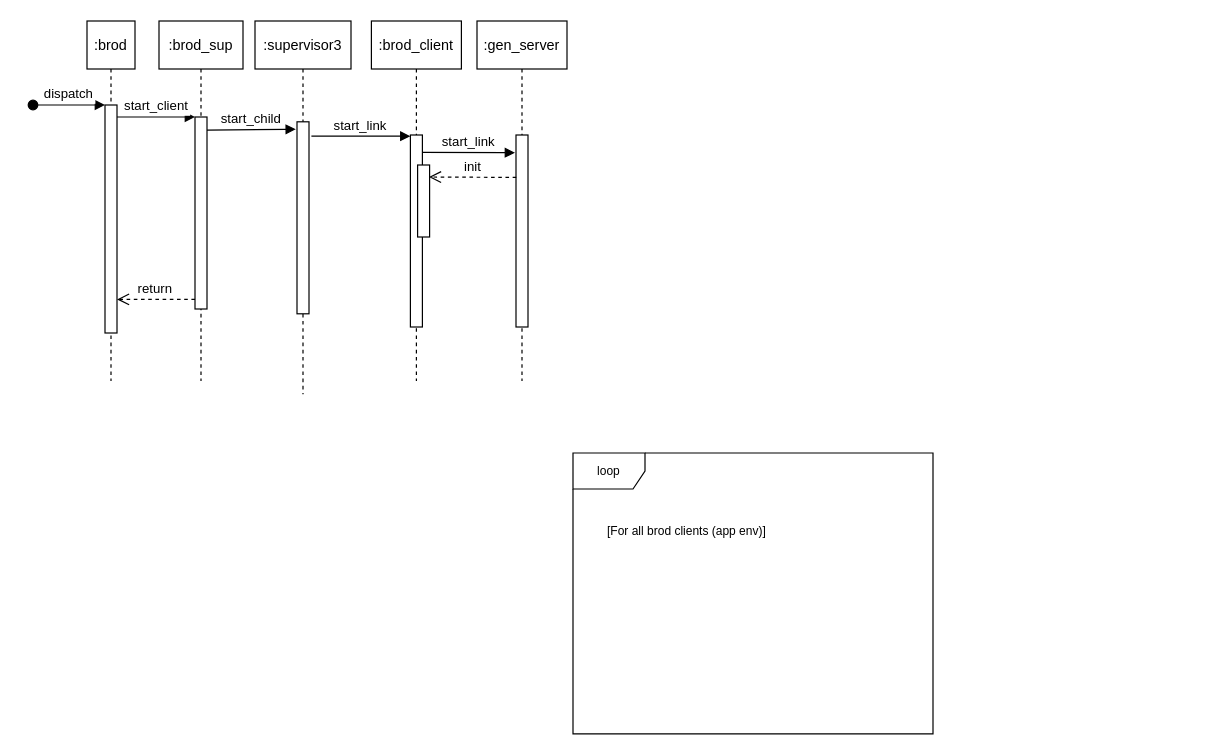
spencerdcarlson/diagrams keeps this draw.io diagram as Untitled Diagram.drawio. Above is the earlier version. Source tidied: cells renumbered, new cells numbered last; positions are measured from the earlier drawing's top-left corner, leaving out a move shared by most shapes. Both pictures are drawn from the tidied source at 120%, with x=0, y=0 at pixel (32, 20).
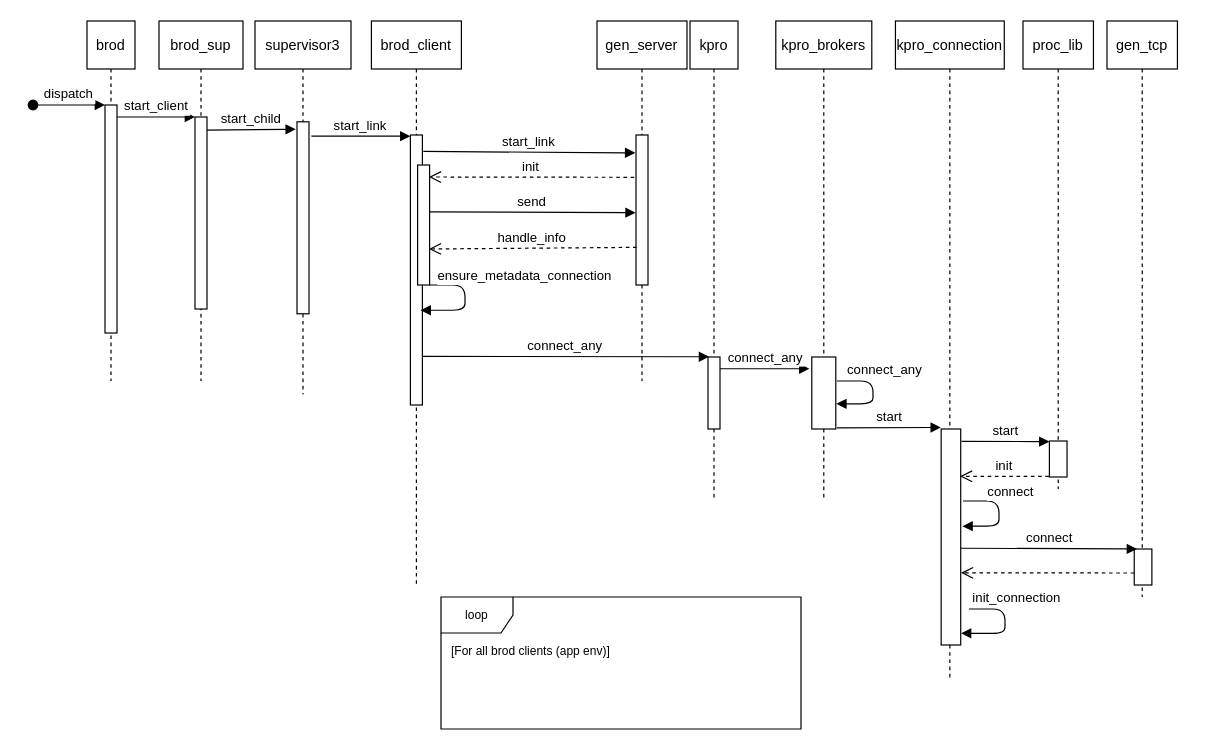
Above is the later version.

Unchanged cells that the change refers to:
```xml
<mxCell id="10" style="group;" parent="1" vertex="1">
  <mxGeometry x="105" width="70" height="300" as="geometry" />
</mxCell>
<mxCell id="12" style="points=[];perimeter=orthogonalPerimeter;rounded=0;shadow=0;strokeWidth=1;" parent="10" vertex="1">
  <mxGeometry x="30" y="80" width="10" height="160" as="geometry" />
</mxCell>
<mxCell id="24" style="points=[];perimeter=orthogonalPerimeter;rounded=0;shadow=0;strokeWidth=1;" parent="1" vertex="1">
  <mxGeometry x="60" y="70" width="10" height="190" as="geometry" />
</mxCell>
```

The edit, as a diff of the source:
```diff
@@
     <mxCell id="2" value="loop" style="shape=umlFrame;whiteSpace=wrap;html=1;fontSize=10;" parent="1" vertex="1">
-      <mxGeometry x="450" y="360" width="300" height="234" as="geometry" />
+      <mxGeometry x="340" y="480" width="300" height="110" as="geometry" />
     </mxCell>
-    <mxCell id="3" value="return" style="verticalAlign=bottom;endArrow=open;dashed=1;endSize=8;exitX=0;exitY=0.95;shadow=0;strokeWidth=1;" parent="1" edge="1" source="12" target="24">
-      <mxGeometry relative="1" as="geometry" />
-    </mxCell>
@@
-    <mxCell id="5" value=":supervisor3" style="shape=umlLifeline;perimeter=lifelinePerimeter;rounded=0;shadow=0;strokeWidth=1;" parent="1" vertex="1">
+    <mxCell id="5" value="supervisor3" style="shape=umlLifeline;perimeter=lifelinePerimeter;rounded=0;shadow=0;strokeWidth=1;" parent="1" vertex="1">
       <mxGeometry x="185" width="80" height="311" as="geometry" />
     </mxCell>
@@
     <mxCell id="7" value="[For all brod clients (app env)]" style="text;html=1;strokeColor=none;fillColor=none;align=center;verticalAlign=middle;whiteSpace=wrap;rounded=0;fontSize=10;" parent="1" vertex="1">
-      <mxGeometry x="470" y="410" width="150" height="30" as="geometry" />
+      <mxGeometry x="340" y="510" width="150" height="30" as="geometry" />
     </mxCell>
@@
-    <mxCell id="11" value=":brod_sup" style="shape=umlLifeline;perimeter=lifelinePerimeter;rounded=0;shadow=0;strokeWidth=1;" parent="10" vertex="1">
+    <mxCell id="11" value="brod_sup" style="shape=umlLifeline;perimeter=lifelinePerimeter;rounded=0;shadow=0;strokeWidth=1;" parent="10" vertex="1">
       <mxGeometry width="70" height="300" as="geometry" />
     </mxCell>
@@
     <mxCell id="14" style="group;" parent="1" vertex="1">
-      <mxGeometry x="282" width="75" height="310" as="geometry" />
+      <mxGeometry x="282" width="75" height="470" as="geometry" />
     </mxCell>
-    <mxCell id="15" value=":brod_client" style="shape=umlLifeline;perimeter=lifelinePerimeter;rounded=0;shadow=0;strokeWidth=1;" parent="14" vertex="1">
-      <mxGeometry width="75" height="300" as="geometry" />
+    <mxCell id="15" value="brod_client" style="shape=umlLifeline;perimeter=lifelinePerimeter;rounded=0;shadow=0;strokeWidth=1;" parent="14" vertex="1">
+      <mxGeometry width="75" height="470" as="geometry" />
     </mxCell>
     <mxCell id="16" style="points=[];perimeter=orthogonalPerimeter;rounded=0;shadow=0;strokeWidth=1;" parent="14" vertex="1">
-      <mxGeometry x="32.5" y="95" width="10" height="160" as="geometry" />
+      <mxGeometry x="32.5" y="95" width="10" height="225" as="geometry" />
     </mxCell>
     <mxCell id="17" style="perimeter=orthogonalPerimeter;rounded=0;shadow=0;strokeWidth=1;" parent="14" vertex="1">
-      <mxGeometry x="38.5" y="120" width="10" height="60" as="geometry" />
+      <mxGeometry x="38.5" y="120" width="10" height="100" as="geometry" />
     </mxCell>
     <mxCell id="18" style="group;" parent="1" vertex="1">
-      <mxGeometry x="370" width="75" height="300" as="geometry" />
+      <mxGeometry x="470" width="75" height="300" as="geometry" />
     </mxCell>
-    <mxCell id="19" value=":gen_server" style="shape=umlLifeline;perimeter=lifelinePerimeter;rounded=0;shadow=0;strokeWidth=1;" parent="18" vertex="1">
+    <mxCell id="19" value="gen_server" style="shape=umlLifeline;perimeter=lifelinePerimeter;rounded=0;shadow=0;strokeWidth=1;" parent="18" vertex="1">
       <mxGeometry width="75" height="300" as="geometry" />
     </mxCell>
     <mxCell id="20" style="points=[];perimeter=orthogonalPerimeter;rounded=0;shadow=0;strokeWidth=1;" parent="18" vertex="1">
-      <mxGeometry x="32.5" y="95" width="10" height="160" as="geometry" />
+      <mxGeometry x="32.5" y="95" width="10" height="125" as="geometry" />
     </mxCell>
-    <mxCell id="21" value="start_link" style="verticalAlign=bottom;endArrow=block;shadow=0;strokeWidth=1;elbow=vertical;exitX=0.966;exitY=0.09;exitDx=0;exitDy=0;exitPerimeter=0;entryX=-0.084;entryY=0.092;entryDx=0;entryDy=0;entryPerimeter=0;" parent="1" edge="1" source="16" target="20">
+    <mxCell id="21" value="start_link" style="verticalAlign=bottom;endArrow=block;shadow=0;strokeWidth=1;elbow=vertical;exitX=1.079;exitY=0.061;exitDx=0;exitDy=0;exitPerimeter=0;entryX=-0.064;entryY=0.119;entryDx=0;entryDy=0;entryPerimeter=0;" parent="1" edge="1" source="16" target="20">
       <mxGeometry relative="1" as="geometry" />
     </mxCell>
-    <mxCell id="22" value="init" style="verticalAlign=bottom;endArrow=open;dashed=1;endSize=8;shadow=0;strokeWidth=1;exitX=0.022;exitY=0.221;exitDx=0;exitDy=0;exitPerimeter=0;" parent="1" edge="1" source="20">
+    <mxCell id="22" value="init" style="verticalAlign=bottom;endArrow=open;dashed=1;endSize=8;shadow=0;strokeWidth=1;exitX=-0.15;exitY=0.282;exitDx=0;exitDy=0;exitPerimeter=0;" parent="1" edge="1" source="20">
       <mxGeometry relative="1" as="geometry">
         <mxPoint x="330" y="130" as="targetPoint" />
       </mxGeometry>
     </mxCell>
-    <mxCell id="23" value=":brod" style="shape=umlLifeline;perimeter=lifelinePerimeter;rounded=0;shadow=0;strokeWidth=1;" parent="1" vertex="1">
+    <mxCell id="23" value="brod" style="shape=umlLifeline;perimeter=lifelinePerimeter;rounded=0;shadow=0;strokeWidth=1;" parent="1" vertex="1">
       <mxGeometry x="45" width="40" height="300" as="geometry" />
     </mxCell>
@@
+    <mxCell id="25" value="send" style="verticalAlign=bottom;endArrow=block;shadow=0;strokeWidth=1;elbow=vertical;entryX=-0.03;entryY=0.518;entryDx=0;entryDy=0;entryPerimeter=0;" parent="1" edge="1" target="20">
+      <mxGeometry relative="1" as="geometry">
+        <mxPoint x="330" y="159" as="sourcePoint" />
+      </mxGeometry>
+    </mxCell>
+    <mxCell id="26" value="handle_info" style="verticalAlign=bottom;endArrow=open;dashed=1;endSize=8;shadow=0;strokeWidth=1;exitX=0.05;exitY=0.749;exitDx=0;exitDy=0;exitPerimeter=0;" parent="1" edge="1" source="20">
+      <mxGeometry relative="1" as="geometry">
+        <mxPoint x="330" y="190" as="targetPoint" />
+      </mxGeometry>
+    </mxCell>
+    <mxCell id="27" value="ensure_metadata_connection" style="verticalAlign=bottom;endArrow=block;shadow=0;strokeWidth=1;elbow=vertical;entryX=0.85;entryY=0.649;entryDx=0;entryDy=0;entryPerimeter=0;edgeStyle=entityRelationEdgeStyle;" parent="1" edge="1" target="16">
+      <mxGeometry x="-0.3" y="50" relative="1" as="geometry">
+        <mxPoint x="330" y="220" as="sourcePoint" />
+      </mxGeometry>
+    </mxCell>
+    <mxCell id="28" style="group;" parent="1" vertex="1">
+      <mxGeometry x="530" width="75" height="400" as="geometry" />
+    </mxCell>
+    <mxCell id="29" value="kpro" style="shape=umlLifeline;perimeter=lifelinePerimeter;rounded=0;shadow=0;strokeWidth=1;" parent="28" vertex="1">
+      <mxGeometry x="17.5" width="40" height="400" as="geometry" />
+    </mxCell>
+    <mxCell id="30" style="points=[];perimeter=orthogonalPerimeter;rounded=0;shadow=0;strokeWidth=1;" parent="28" vertex="1">
+      <mxGeometry x="32.5" y="280" width="10" height="60" as="geometry" />
+    </mxCell>
+    <mxCell id="31" value="connect_any" style="verticalAlign=bottom;endArrow=block;shadow=0;strokeWidth=1;elbow=vertical;exitX=1.01;exitY=0.82;exitDx=0;exitDy=0;exitPerimeter=0;entryX=0.09;entryY=-0.003;entryDx=0;entryDy=0;entryPerimeter=0;" parent="1" edge="1" source="16" target="30">
+      <mxGeometry relative="1" as="geometry" />
+    </mxCell>
+    <mxCell id="32" style="group;" parent="1" vertex="1">
+      <mxGeometry x="584" width="150" height="400" as="geometry" />
+    </mxCell>
+    <mxCell id="33" value="kpro_brokers" style="shape=umlLifeline;perimeter=lifelinePerimeter;rounded=0;shadow=0;strokeWidth=1;" parent="32" vertex="1">
+      <mxGeometry x="35" width="80" height="400" as="geometry" />
+    </mxCell>
+    <mxCell id="34" style="points=[];perimeter=orthogonalPerimeter;rounded=0;shadow=0;strokeWidth=1;" parent="32" vertex="1">
+      <mxGeometry x="65" y="280" width="20" height="60" as="geometry" />
+    </mxCell>
+    <mxCell id="35" value="connect_any" style="verticalAlign=bottom;endArrow=block;shadow=0;strokeWidth=1;elbow=vertical;entryX=-0.1;entryY=0.163;entryDx=0;entryDy=0;entryPerimeter=0;exitX=1.01;exitY=0.163;exitDx=0;exitDy=0;exitPerimeter=0;" parent="1" edge="1" source="30" target="34">
+      <mxGeometry x="0.01" relative="1" as="geometry" />
+    </mxCell>
+    <mxCell id="36" value="connect_any" style="verticalAlign=bottom;endArrow=block;shadow=0;strokeWidth=1;elbow=vertical;entryX=1.02;entryY=0.65;entryDx=0;entryDy=0;entryPerimeter=0;edgeStyle=entityRelationEdgeStyle;" parent="1" edge="1" target="34">
+      <mxGeometry x="-0.25" y="10" relative="1" as="geometry">
+        <mxPoint x="670" y="300" as="sourcePoint" />
+      </mxGeometry>
+    </mxCell>
+    <mxCell id="37" value="start" style="verticalAlign=bottom;endArrow=block;shadow=0;strokeWidth=1;elbow=vertical;exitX=1.043;exitY=0.983;exitDx=0;exitDy=0;exitPerimeter=0;entryX=-0.017;entryY=-0.007;entryDx=0;entryDy=0;entryPerimeter=0;" parent="1" edge="1" source="34" target="40">
+      <mxGeometry x="0.01" relative="1" as="geometry" />
+    </mxCell>
+    <mxCell id="38" style="group;" parent="1" vertex="1">
+      <mxGeometry x="680" width="170" height="550" as="geometry" />
+    </mxCell>
+    <mxCell id="39" value="kpro_connection" style="shape=umlLifeline;perimeter=lifelinePerimeter;rounded=0;shadow=0;strokeWidth=1;" parent="38" vertex="1">
+      <mxGeometry x="38.7" width="90.7" height="550" as="geometry" />
+    </mxCell>
+    <mxCell id="40" style="points=[];perimeter=orthogonalPerimeter;rounded=0;shadow=0;strokeWidth=1;" parent="38" vertex="1">
+      <mxGeometry x="76.8" y="340" width="16.3" height="180" as="geometry" />
+    </mxCell>
+    <mxCell id="41" value="connect" style="verticalAlign=bottom;endArrow=block;shadow=0;strokeWidth=1;elbow=vertical;edgeStyle=entityRelationEdgeStyle;entryX=1.088;entryY=0.45;entryDx=0;entryDy=0;entryPerimeter=0;" parent="38" edge="1" target="40">
+      <mxGeometry x="-0.25" y="10" relative="1" as="geometry">
+        <mxPoint x="95" y="400" as="sourcePoint" />
+      </mxGeometry>
+    </mxCell>
+    <mxCell id="42" value="init_connection" style="verticalAlign=bottom;endArrow=block;shadow=0;strokeWidth=1;elbow=vertical;edgeStyle=entityRelationEdgeStyle;entryX=1.015;entryY=0.946;entryDx=0;entryDy=0;entryPerimeter=0;" parent="38" edge="1" target="40">
+      <mxGeometry x="-0.31" y="10" relative="1" as="geometry">
+        <mxPoint x="100" y="490" as="sourcePoint" />
+      </mxGeometry>
+    </mxCell>
+    <mxCell id="43" style="group;" parent="1" vertex="1">
+      <mxGeometry x="800" width="110" height="460" as="geometry" />
+    </mxCell>
+    <mxCell id="44" value="proc_lib" style="shape=umlLifeline;perimeter=lifelinePerimeter;rounded=0;shadow=0;strokeWidth=1;" parent="43" vertex="1">
+      <mxGeometry x="25" width="58.7" height="390" as="geometry" />
+    </mxCell>
+    <mxCell id="45" style="points=[];perimeter=orthogonalPerimeter;rounded=0;shadow=0;strokeWidth=1;" parent="43" vertex="1">
+      <mxGeometry x="47" y="350" width="14.7" height="30" as="geometry" />
+    </mxCell>
+    <mxCell id="46" value="start" style="verticalAlign=bottom;endArrow=block;shadow=0;strokeWidth=1;elbow=vertical;entryX=-0.002;entryY=0.017;entryDx=0;entryDy=0;entryPerimeter=0;exitX=1.039;exitY=0.057;exitDx=0;exitDy=0;exitPerimeter=0;" parent="1" edge="1" source="40" target="45">
+      <mxGeometry x="0.01" relative="1" as="geometry" />
+    </mxCell>
+    <mxCell id="47" value="init" style="verticalAlign=bottom;endArrow=open;dashed=1;endSize=8;shadow=0;strokeWidth=1;exitX=-0.029;exitY=0.98;exitDx=0;exitDy=0;exitPerimeter=0;entryX=0.966;entryY=0.219;entryDx=0;entryDy=0;entryPerimeter=0;" parent="1" edge="1" source="45" target="40">
+      <mxGeometry relative="1" as="geometry" />
+    </mxCell>
+    <mxCell id="48" style="group;" parent="1" vertex="1">
+      <mxGeometry x="870" width="110" height="480" as="geometry" />
+    </mxCell>
+    <mxCell id="49" value="gen_tcp" style="shape=umlLifeline;perimeter=lifelinePerimeter;rounded=0;shadow=0;strokeWidth=1;" parent="48" vertex="1">
+      <mxGeometry x="25" width="58.7" height="480" as="geometry" />
+    </mxCell>
+    <mxCell id="50" style="perimeter=orthogonalPerimeter;rounded=0;shadow=0;strokeWidth=1;" parent="48" vertex="1">
+      <mxGeometry x="47.7" y="440" width="14.7" height="30" as="geometry" />
+    </mxCell>
+    <mxCell id="51" style="verticalAlign=bottom;endArrow=open;dashed=1;endSize=8;shadow=0;strokeWidth=1;exitX=-0.029;exitY=0.98;exitDx=0;exitDy=0;exitPerimeter=0;entryX=1.015;entryY=0.666;entryDx=0;entryDy=0;entryPerimeter=0;" parent="48" edge="1" target="40">
+      <mxGeometry x="0.02" y="-10" relative="1" as="geometry">
+        <mxPoint x="47.7" y="460" as="sourcePoint" />
+      </mxGeometry>
+    </mxCell>
+    <mxCell id="52" value="connect" style="verticalAlign=bottom;endArrow=block;shadow=0;strokeWidth=1;elbow=vertical;exitX=1.015;exitY=0.552;exitDx=0;exitDy=0;exitPerimeter=0;" parent="1" edge="1" source="40">
+      <mxGeometry x="0.01" relative="1" as="geometry">
+        <mxPoint x="920" y="440" as="targetPoint" />
+      </mxGeometry>
+    </mxCell>
```
